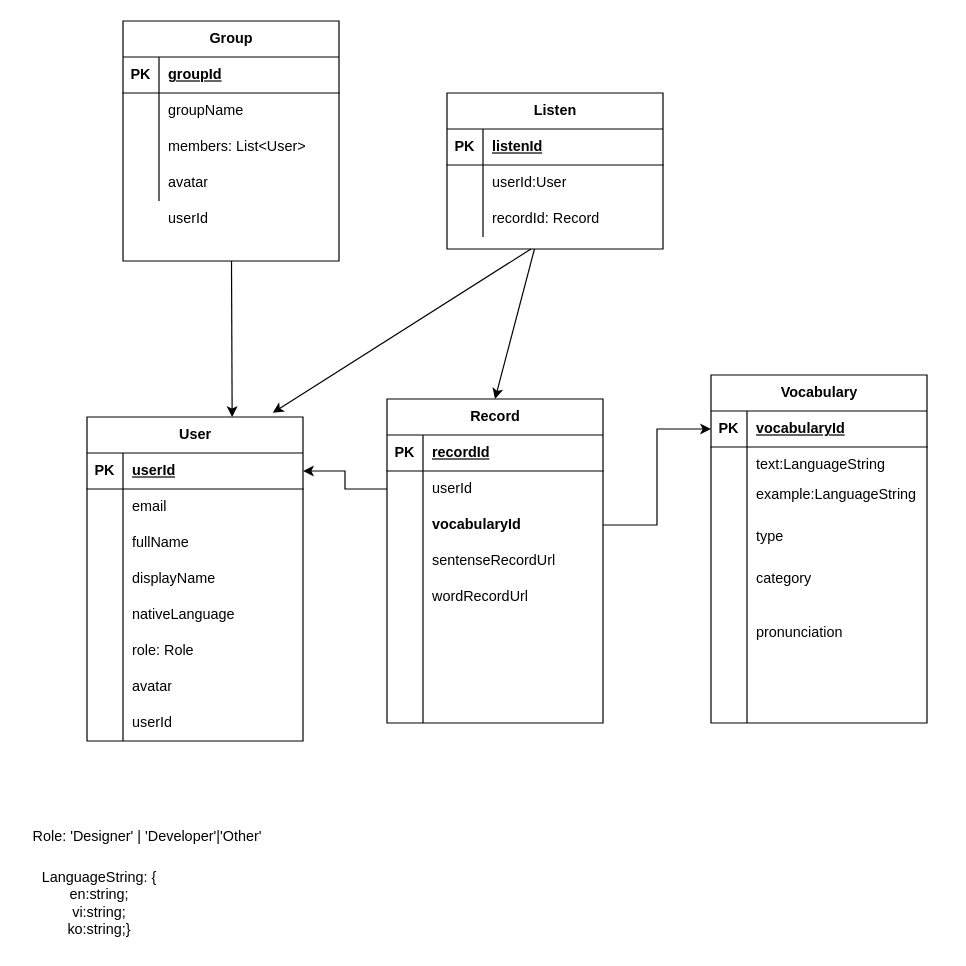
The draw.io diagram docs/db.dio in dudaji-vn/my-english-accent, before the edit. Source tidied: cells renumbered, new cells numbered last; positions are measured from the earlier drawing's top-left corner, leaving out a move shared by most shapes. Both pictures are drawn from the tidied source at 120%, with x=0, y=0 at pixel (20, 20).
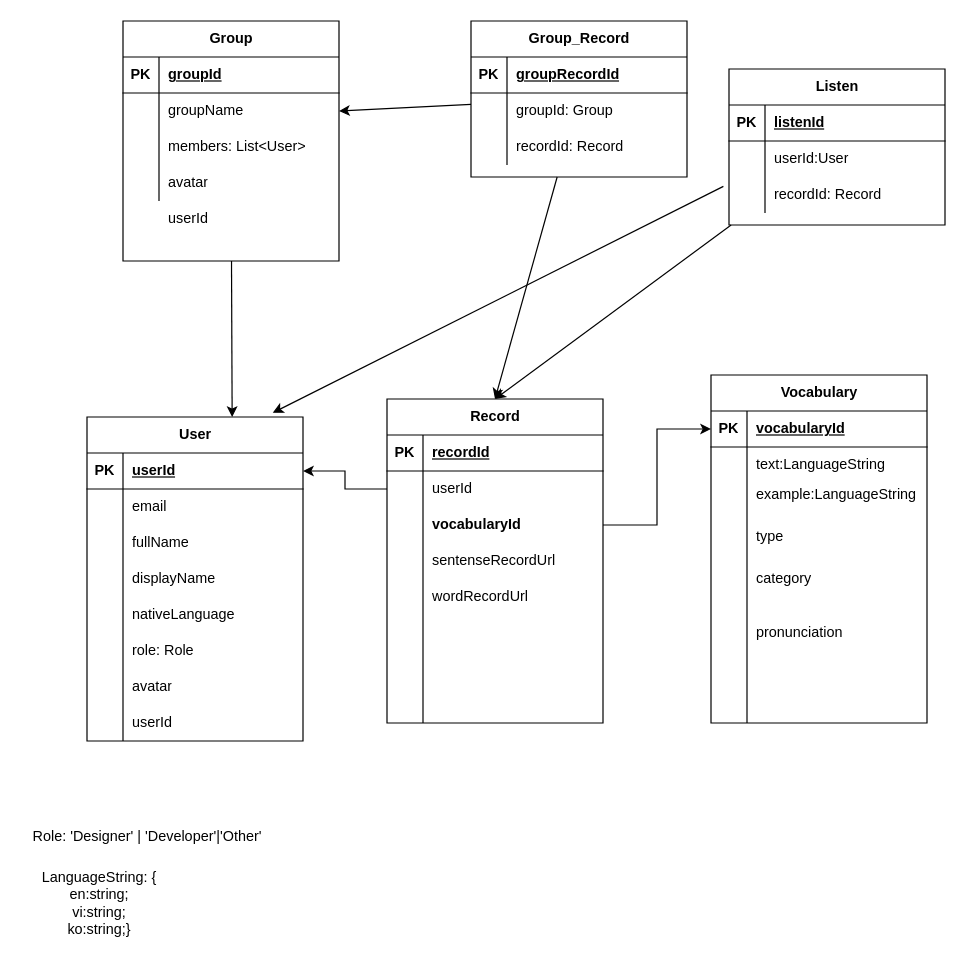
The same page after the edit.

The change refers to these unchanged cells:
```xml
<mxCell id="2" value="User" style="shape=table;startSize=30;childLayout=tableLayout;rowLines=0;fontStyle=1;align=center;html=1;" parent="1" vertex="1">
  <mxGeometry x="55" y="330" width="180" height="270" as="geometry" />
</mxCell>
<mxCell id="55" value="Record" style="shape=table;startSize=30;childLayout=tableLayout;rowLines=0;fontStyle=1;align=center;html=1;" parent="1" vertex="1">
  <mxGeometry x="305" y="315" width="180" height="270" as="geometry" />
</mxCell>
<mxCell id="87" style="shape=tableRow;horizontal=0;startSize=0;swimlaneHead=0;swimlaneBody=0;fillColor=none;points=[[0,0.5],[1,0.5]];portConstraint=eastwest;top=0;left=0;right=0;bottom=0;" parent="83" vertex="1">
  <mxGeometry y="60" width="180" height="30" as="geometry" />
</mxCell>
<mxCell id="108" style="shape=tableRow;horizontal=0;startSize=0;swimlaneHead=0;swimlaneBody=0;fillColor=none;points=[[0,0.5],[1,0.5]];portConstraint=eastwest;top=0;left=0;right=0;bottom=0;" parent="101" vertex="1">
  <mxGeometry y="90" width="180" height="30" as="geometry" />
</mxCell>
```

Change to the diagram source:
```diff
@@
     <mxCell id="101" value="Listen" style="shape=table;startSize=30;childLayout=tableLayout;rowLines=0;fontStyle=1;align=center;html=1;" parent="1" vertex="1">
-      <mxGeometry x="355" y="60" width="180" height="130" as="geometry" />
+      <mxGeometry x="590" y="40" width="180" height="130" as="geometry" />
     </mxCell>
@@
-    <mxCell id="111" style="edgeStyle=none;html=1;entryX=0.86;entryY=-0.013;entryDx=0;entryDy=0;entryPerimeter=0;" parent="1" edge="1" target="2">
-      <mxGeometry relative="1" as="geometry">
-        <mxPoint x="425" y="190" as="sourcePoint" />
-      </mxGeometry>
+    <mxCell id="111" style="edgeStyle=none;html=1;entryX=0.86;entryY=-0.013;entryDx=0;entryDy=0;entryPerimeter=0;exitX=-0.026;exitY=0.261;exitDx=0;exitDy=0;exitPerimeter=0;" parent="1" edge="1" source="108" target="2">
+      <mxGeometry relative="1" as="geometry" />
     </mxCell>
@@
+    <mxCell id="113" style="edgeStyle=none;html=1;entryX=0.5;entryY=0;entryDx=0;entryDy=0;" parent="1" edge="1" source="115" target="55">
+      <mxGeometry relative="1" as="geometry" />
+    </mxCell>
+    <mxCell id="114" style="edgeStyle=none;html=1;entryX=1;entryY=0.5;entryDx=0;entryDy=0;" parent="1" edge="1" source="115" target="87">
+      <mxGeometry relative="1" as="geometry" />
+    </mxCell>
+    <mxCell id="115" value="Group_Record" style="shape=table;startSize=30;childLayout=tableLayout;rowLines=0;fontStyle=1;align=center;html=1;" parent="1" vertex="1">
+      <mxGeometry x="375" width="180" height="130" as="geometry" />
+    </mxCell>
+    <mxCell id="116" style="shape=tableRow;horizontal=0;startSize=0;swimlaneHead=0;swimlaneBody=0;fillColor=none;top=0;left=0;right=0;bottom=1;" parent="115" vertex="1">
+      <mxGeometry y="30" width="180" height="30" as="geometry" />
+    </mxCell>
+    <mxCell id="117" value="PK" style="shape=partialRectangle;fillColor=none;top=0;left=0;bottom=0;right=0;fontStyle=1;overflow=hidden;whiteSpace=wrap;html=1;" parent="116" vertex="1">
+      <mxGeometry width="30" height="30" as="geometry" />
+    </mxCell>
+    <mxCell id="118" value="groupRecordId" style="shape=partialRectangle;fillColor=none;top=0;left=0;bottom=0;right=0;align=left;spacingLeft=6;fontStyle=5;overflow=hidden;whiteSpace=wrap;html=1;" parent="116" vertex="1">
+      <mxGeometry x="30" width="150" height="30" as="geometry" />
+    </mxCell>
+    <mxCell id="119" style="shape=tableRow;horizontal=0;startSize=0;swimlaneHead=0;swimlaneBody=0;fillColor=none;top=0;left=0;right=0;bottom=0;" parent="115" vertex="1">
+      <mxGeometry y="60" width="180" height="30" as="geometry" />
+    </mxCell>
+    <mxCell id="120" style="shape=partialRectangle;fillColor=none;top=0;left=0;bottom=0;right=0;overflow=hidden;whiteSpace=wrap;html=1;" parent="119" vertex="1">
+      <mxGeometry width="30" height="30" as="geometry" />
+    </mxCell>
+    <mxCell id="121" value="groupId: Group" style="shape=partialRectangle;fillColor=none;top=0;left=0;bottom=0;right=0;align=left;spacingLeft=6;overflow=hidden;whiteSpace=wrap;html=1;" parent="119" vertex="1">
+      <mxGeometry x="30" width="150" height="30" as="geometry" />
+    </mxCell>
+    <mxCell id="122" style="shape=tableRow;horizontal=0;startSize=0;swimlaneHead=0;swimlaneBody=0;fillColor=none;top=0;left=0;right=0;bottom=0;" parent="115" vertex="1">
+      <mxGeometry y="90" width="180" height="30" as="geometry" />
+    </mxCell>
+    <mxCell id="123" style="shape=partialRectangle;fillColor=none;top=0;left=0;bottom=0;right=0;overflow=hidden;whiteSpace=wrap;html=1;" parent="122" vertex="1">
+      <mxGeometry width="30" height="30" as="geometry" />
+    </mxCell>
+    <mxCell id="124" value="recordId: Record" style="shape=partialRectangle;fillColor=none;top=0;left=0;bottom=0;right=0;align=left;spacingLeft=6;overflow=hidden;whiteSpace=wrap;html=1;" parent="122" vertex="1">
+      <mxGeometry x="30" width="150" height="30" as="geometry" />
+    </mxCell>
```
